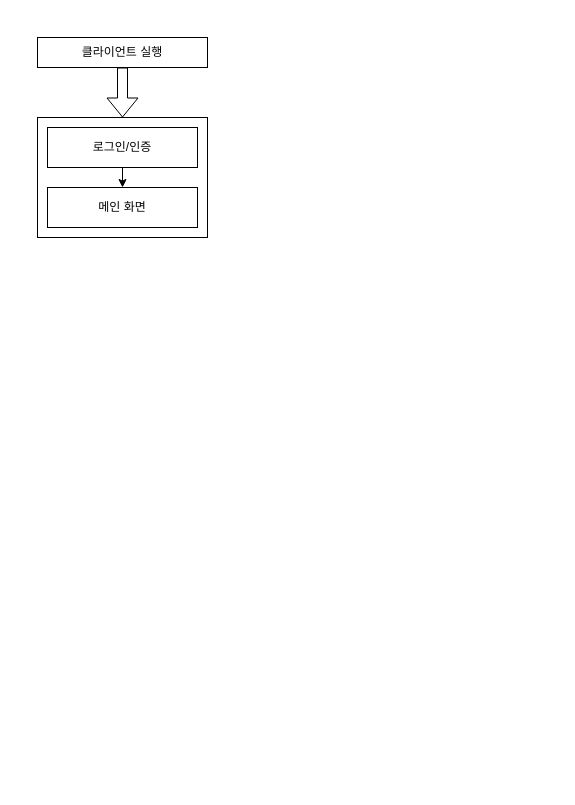
Above: PrimitiveSurvival_전체구성도.drawio in charles6919/PrimitiveSurvival (draw.io), before the change. Source tidied: cells renumbered, new cells numbered last; positions are measured from the earlier drawing's top-left corner, leaving out a move shared by most shapes. Both pictures are drawn from the tidied source at 100%, with x=0, y=0 at pixel (37, 37).
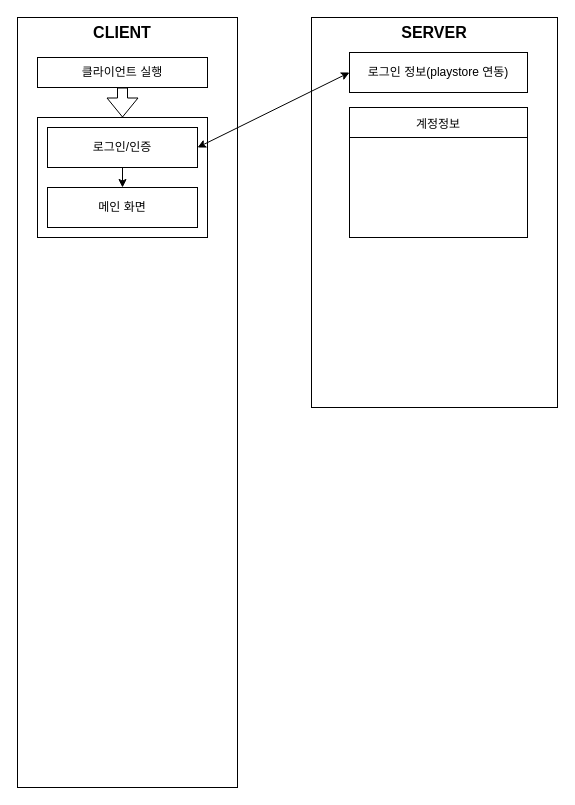
After the change.

Commit message (it also covers changes not shown here):
PrimitiveSurvival_전체구성도.drawio 업데이트

Change to the diagram source:
```diff
@@
 <mxGraphModel>
   <root>
     <mxCell id="0" />
     <mxCell id="1" parent="0" />
+    <mxCell id="8" style="rounded=0;whiteSpace=wrap;html=1;" parent="1" vertex="1">
+      <mxGeometry x="-20" y="-20" width="220" height="770" as="geometry" />
+    </mxCell>
     <mxCell id="2" value="클라이언트 실행" style="rounded=0;whiteSpace=wrap;html=1;" parent="1" vertex="1">
-      <mxGeometry width="170" height="30" as="geometry" />
+      <mxGeometry y="20" width="170" height="30" as="geometry" />
     </mxCell>
     <mxCell id="3" style="shape=flexArrow;endArrow=classic;html=1;rounded=0;exitX=0.5;exitY=1;exitDx=0;exitDy=0;" parent="1" edge="1" source="2">
       <mxGeometry relative="1" as="geometry">
         <mxPoint x="85" y="80" as="targetPoint" />
       </mxGeometry>
     </mxCell>
     <mxCell id="4" style="rounded=0;whiteSpace=wrap;html=1;" parent="1" vertex="1">
       <mxGeometry y="80" width="170" height="120" as="geometry" />
     </mxCell>
     <mxCell id="5" value="로그인/인증" style="rounded=0;whiteSpace=wrap;html=1;" parent="1" vertex="1">
       <mxGeometry x="10" y="90" width="150" height="40" as="geometry" />
     </mxCell>
     <mxCell id="6" value="메인 화면" style="rounded=0;whiteSpace=wrap;html=1;" parent="1" vertex="1">
       <mxGeometry x="10" y="150" width="150" height="40" as="geometry" />
     </mxCell>
     <mxCell id="7" style="endArrow=classic;html=1;rounded=0;exitX=0.5;exitY=1;exitDx=0;exitDy=0;entryX=0.5;entryY=0;entryDx=0;entryDy=0;" parent="1" edge="1" source="5" target="6">
       <mxGeometry relative="1" as="geometry" />
     </mxCell>
+    <mxCell id="9" value="&lt;b&gt;&lt;font style=&quot;font-size: 16px;&quot;&gt;CLIENT&lt;/font&gt;&lt;/b&gt;" style="text;html=1;strokeColor=none;fillColor=none;align=center;verticalAlign=middle;whiteSpace=wrap;rounded=0;" parent="1" vertex="1">
+      <mxGeometry x="20" y="-20" width="130" height="30" as="geometry" />
+    </mxCell>
+    <mxCell id="10" style="rounded=0;whiteSpace=wrap;html=1;fontSize=16;" parent="1" vertex="1">
+      <mxGeometry x="274" y="-20" width="246" height="390" as="geometry" />
+    </mxCell>
+    <mxCell id="11" value="&lt;b&gt;SERVER&lt;/b&gt;" style="text;html=1;strokeColor=none;fillColor=none;align=center;verticalAlign=middle;whiteSpace=wrap;rounded=0;fontSize=16;" parent="1" vertex="1">
+      <mxGeometry x="337" y="-20" width="120" height="30" as="geometry" />
+    </mxCell>
+    <mxCell id="12" value="로그인 정보(playstore 연동)" style="rounded=0;whiteSpace=wrap;html=1;" parent="1" vertex="1">
+      <mxGeometry x="312" y="15" width="178" height="40" as="geometry" />
+    </mxCell>
+    <mxCell id="13" style="endArrow=classic;startArrow=classic;html=1;rounded=0;fontSize=16;exitX=1;exitY=0.5;exitDx=0;exitDy=0;entryX=0;entryY=0.5;entryDx=0;entryDy=0;" parent="1" edge="1" source="5" target="12">
+      <mxGeometry relative="1" as="geometry" />
+    </mxCell>
+    <mxCell id="14" style="rounded=0;whiteSpace=wrap;html=1;" parent="1" vertex="1">
+      <mxGeometry x="312" y="70" width="178" height="130" as="geometry" />
+    </mxCell>
+    <mxCell id="15" value="&lt;font style=&quot;font-size: 12px;&quot;&gt;계정정보&lt;/font&gt;" style="rounded=0;whiteSpace=wrap;html=1;fontSize=16;" parent="1" vertex="1">
+      <mxGeometry x="312" y="70" width="178" height="30" as="geometry" />
+    </mxCell>
   </root>
 </mxGraphModel>
```
